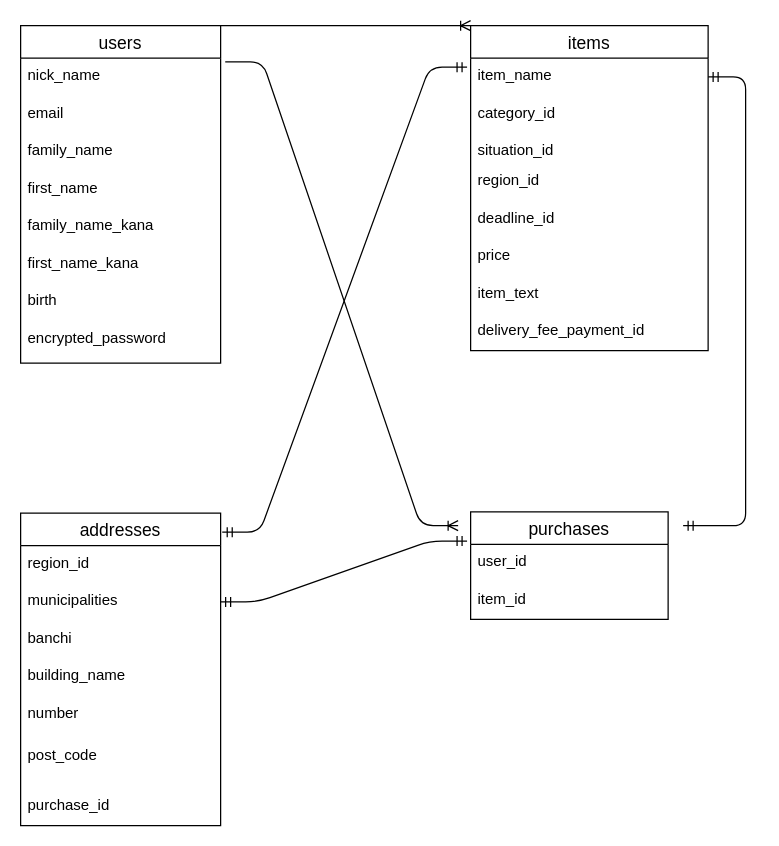
kei422211613/furima-39092 keeps this draw.io diagram as app/text.dio. Above is the earlier version. Source tidied: cells renumbered, new cells numbered last; positions are measured from the earlier drawing's top-left corner, leaving out a move shared by most shapes. Both pictures are drawn from the tidied source at 125%, with x=0, y=0 at pixel (20, 25).
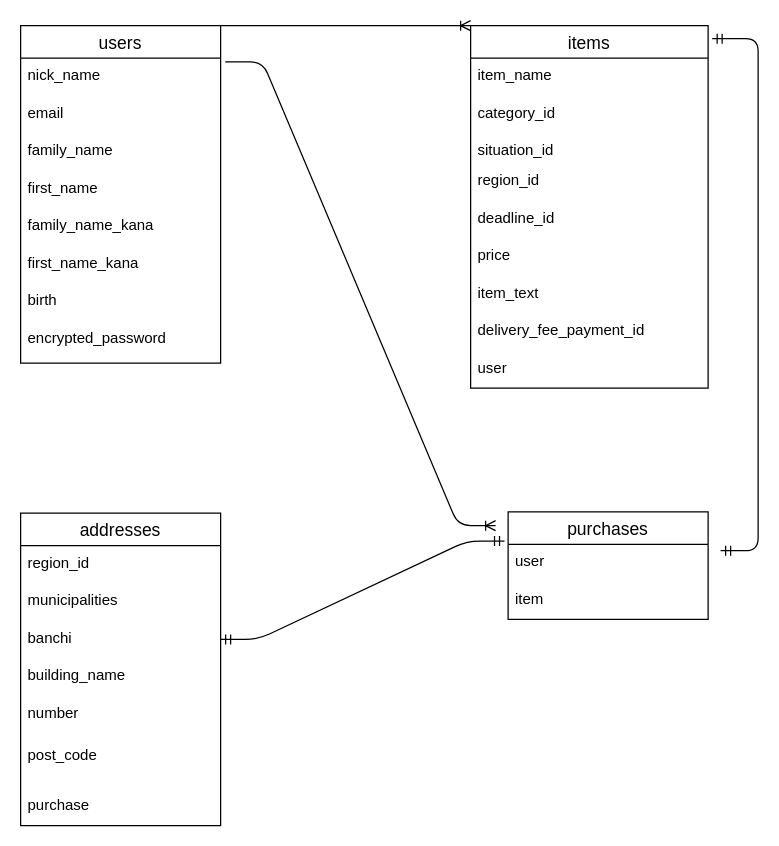
The same diagram, later.

The change refers to these unchanged cells:
```xml
<mxCell id="3" value="nick_name" style="text;strokeColor=none;fillColor=none;spacingLeft=4;spacingRight=4;overflow=hidden;points=[[0,0.5],[1,0.5]];portConstraint=eastwest;fontSize=12;" parent="2" vertex="1">
  <mxGeometry y="26" width="160" height="30" as="geometry" />
</mxCell>
<mxCell id="15" value="item_name" style="text;strokeColor=none;fillColor=none;spacingLeft=4;spacingRight=4;overflow=hidden;points=[[0,0.5],[1,0.5]];portConstraint=eastwest;fontSize=12;" parent="14" vertex="1">
  <mxGeometry y="26" width="190" height="30" as="geometry" />
</mxCell>
<mxCell id="23" value="addresses" style="swimlane;fontStyle=0;horizontal=1;startSize=26;align=center;fontSize=14;" parent="1" vertex="1">
  <mxGeometry y="390" width="160" height="250" as="geometry" />
</mxCell>
<mxCell id="25" value="municipalities" style="text;strokeColor=none;fillColor=none;spacingLeft=4;spacingRight=4;overflow=hidden;points=[[0,0.5],[1,0.5]];portConstraint=eastwest;fontSize=12;" parent="23" vertex="1">
  <mxGeometry y="56" width="160" height="30" as="geometry" />
</mxCell>
<mxCell id="26" value="banchi" style="text;strokeColor=none;fillColor=none;spacingLeft=4;spacingRight=4;overflow=hidden;points=[[0,0.5],[1,0.5]];portConstraint=eastwest;fontSize=12;" parent="23" vertex="1">
  <mxGeometry y="86" width="160" height="30" as="geometry" />
</mxCell>
```

Change to the diagram source:
```diff
@@
     <mxCell id="11" value="purchases" style="swimlane;fontStyle=0;horizontal=1;startSize=26;align=center;fontSize=14;" parent="1" vertex="1">
-      <mxGeometry x="360" y="389" width="158" height="86" as="geometry" />
+      <mxGeometry x="390" y="389" width="160" height="86" as="geometry" />
     </mxCell>
-    <mxCell id="12" value="user_id" style="text;strokeColor=none;fillColor=none;spacingLeft=4;spacingRight=4;overflow=hidden;points=[[0,0.5],[1,0.5]];portConstraint=eastwest;fontSize=12;" parent="11" vertex="1">
-      <mxGeometry y="26" width="158" height="30" as="geometry" />
+    <mxCell id="12" value="user" style="text;strokeColor=none;fillColor=none;spacingLeft=4;spacingRight=4;overflow=hidden;points=[[0,0.5],[1,0.5]];portConstraint=eastwest;fontSize=12;" parent="11" vertex="1">
+      <mxGeometry y="26" width="160" height="30" as="geometry" />
     </mxCell>
-    <mxCell id="13" value="item_id" style="text;strokeColor=none;fillColor=none;spacingLeft=4;spacingRight=4;overflow=hidden;fontSize=12;" parent="11" vertex="1">
-      <mxGeometry y="56" width="158" height="30" as="geometry" />
+    <mxCell id="13" value="item" style="text;strokeColor=none;fillColor=none;spacingLeft=4;spacingRight=4;overflow=hidden;fontSize=12;" parent="11" vertex="1">
+      <mxGeometry y="56" width="160" height="30" as="geometry" />
     </mxCell>
     <mxCell id="14" value="items" style="swimlane;fontStyle=0;horizontal=1;startSize=26;align=center;fontSize=14;" parent="1" vertex="1">
-      <mxGeometry x="360" width="190" height="260" as="geometry" />
+      <mxGeometry x="360" width="190" height="290" as="geometry" />
     </mxCell>
@@
+    <mxCell id="36" value="user" style="text;strokeColor=none;fillColor=none;spacingLeft=4;spacingRight=4;overflow=hidden;fontSize=12;" parent="14" vertex="1">
+      <mxGeometry y="260" width="190" height="30" as="geometry" />
+    </mxCell>
@@
-    <mxCell id="29" value="purchase_id" style="text;strokeColor=none;fillColor=none;spacingLeft=4;spacingRight=4;overflow=hidden;fontSize=12;" parent="23" vertex="1">
+    <mxCell id="29" value="purchase" style="text;strokeColor=none;fillColor=none;spacingLeft=4;spacingRight=4;overflow=hidden;fontSize=12;" parent="23" vertex="1">
       <mxGeometry y="220" width="160" height="30" as="geometry" />
     </mxCell>
@@
-    <mxCell id="31" style="edgeStyle=entityRelationEdgeStyle;fontSize=12;html=1;endArrow=ERmandOne;startArrow=ERmandOne;entryX=1;entryY=0.5;entryDx=0;entryDy=0;exitX=-0.018;exitY=-0.087;exitDx=0;exitDy=0;exitPerimeter=0;" parent="1" edge="1" source="12" target="25">
+    <mxCell id="31" style="edgeStyle=entityRelationEdgeStyle;fontSize=12;html=1;endArrow=ERmandOne;startArrow=ERmandOne;exitX=-0.018;exitY=-0.087;exitDx=0;exitDy=0;exitPerimeter=0;entryX=1;entryY=0.5;entryDx=0;entryDy=0;" parent="1" edge="1" source="12" target="26">
       <mxGeometry relative="1" as="geometry" />
     </mxCell>
-    <mxCell id="32" style="edgeStyle=entityRelationEdgeStyle;fontSize=12;html=1;endArrow=ERmandOne;startArrow=ERmandOne;" parent="1" edge="1" target="15">
-      <mxGeometry relative="1" as="geometry">
-        <mxPoint x="530" y="400" as="sourcePoint" />
-      </mxGeometry>
-    </mxCell>
     <mxCell id="33" style="edgeStyle=entityRelationEdgeStyle;fontSize=12;html=1;endArrow=ERoneToMany;exitX=1.023;exitY=0.1;exitDx=0;exitDy=0;exitPerimeter=0;" parent="1" edge="1" source="3">
       <mxGeometry relative="1" as="geometry">
-        <mxPoint x="350" y="400" as="targetPoint" />
+        <mxPoint x="380" y="400" as="targetPoint" />
       </mxGeometry>
     </mxCell>
@@
-    <mxCell id="35" style="edgeStyle=entityRelationEdgeStyle;fontSize=12;html=1;endArrow=ERmandOne;startArrow=ERmandOne;exitX=1.008;exitY=0.061;exitDx=0;exitDy=0;exitPerimeter=0;entryX=-0.015;entryY=0.24;entryDx=0;entryDy=0;entryPerimeter=0;" parent="1" edge="1" source="23" target="15">
-      <mxGeometry relative="1" as="geometry" />
+    <mxCell id="35" style="edgeStyle=entityRelationEdgeStyle;fontSize=12;html=1;endArrow=ERmandOne;startArrow=ERmandOne;entryX=1.017;entryY=0.036;entryDx=0;entryDy=0;entryPerimeter=0;" parent="1" edge="1" target="14">
+      <mxGeometry relative="1" as="geometry">
+        <mxPoint x="560" y="420" as="sourcePoint" />
+      </mxGeometry>
     </mxCell>
```
